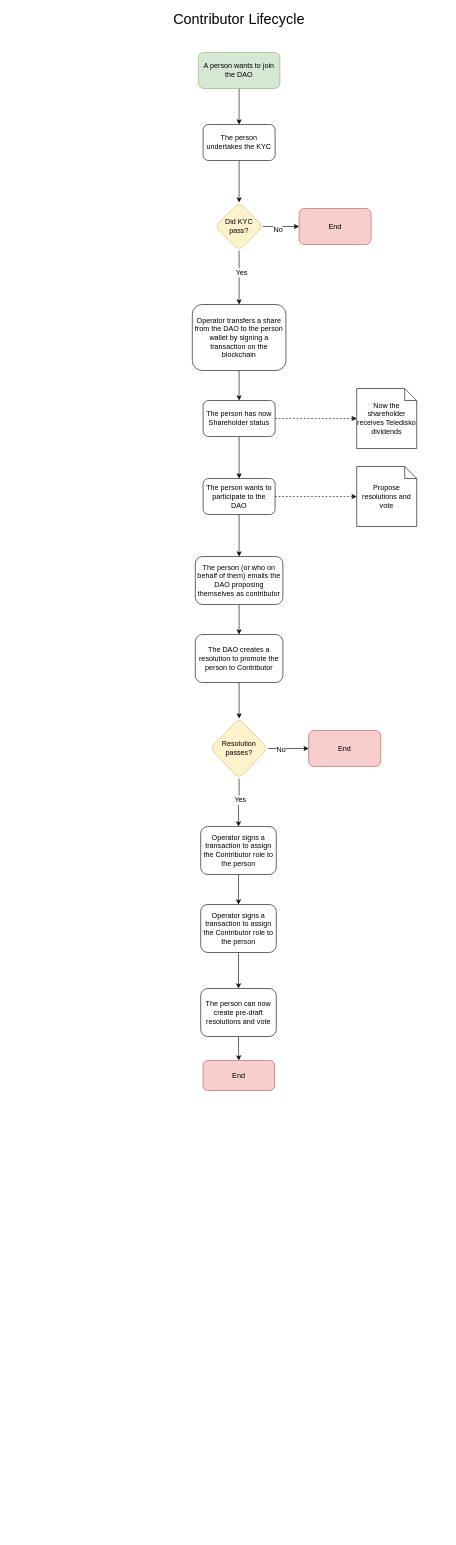
The draw.io diagram lifecycle.drawio in TelediskoDAO/docs, before the edit. Source tidied: cells renumbered, new cells numbered last; positions are measured from the earlier drawing's top-left corner, leaving out a move shared by most shapes. Both pictures are drawn from the tidied source at 60%, with x=0, y=0 at pixel (164, 10).
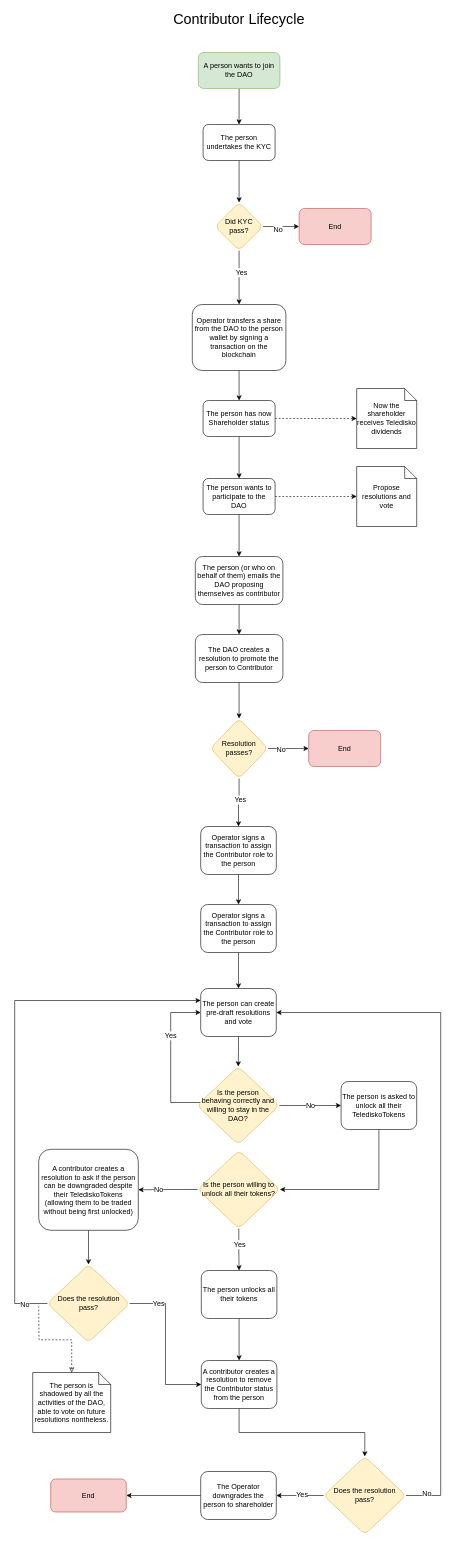
After the change.

Change to the diagram source:
```diff
@@
-    <mxCell id="37" style="edgeStyle=orthogonalEdgeStyle;rounded=0;jettySize=auto;html=1;fontSize=12;" parent="1" edge="1" source="38" target="39">
-      <mxGeometry relative="1" as="geometry" />
-    </mxCell>
+    <mxCell id="40" style="edgeStyle=orthogonalEdgeStyle;rounded=0;jettySize=auto;html=1;fontSize=12;" parent="1" edge="1" source="38" target="44">
+      <mxGeometry relative="1" as="geometry" />
+    </mxCell>
-    <mxCell id="38" value="The person can now create pre-draft resolutions and vote" style="whiteSpace=wrap;html=1;rounded=1;glass=0;strokeWidth=1;shadow=0;" parent="1" vertex="1">
+    <mxCell id="38" value="The person can create pre-draft resolutions and vote" style="whiteSpace=wrap;html=1;rounded=1;glass=0;strokeWidth=1;shadow=0;" parent="1" vertex="1">
       <mxGeometry x="61" y="1630" width="126" height="80" as="geometry" />
     </mxCell>
+    <mxCell id="41" value="No" style="edgeStyle=orthogonalEdgeStyle;rounded=0;jettySize=auto;html=1;fontSize=12;entryX=0;entryY=0.5;entryDx=0;entryDy=0;" parent="1" edge="1" source="44" target="55">
+      <mxGeometry relative="1" as="geometry" />
+    </mxCell>
+    <mxCell id="42" style="edgeStyle=orthogonalEdgeStyle;rounded=0;jettySize=auto;html=1;entryX=0;entryY=0.5;entryDx=0;entryDy=0;fontSize=12;" parent="1" edge="1" source="44" target="38">
+      <mxGeometry relative="1" as="geometry">
+        <Array as="points">
+          <mxPoint x="11" y="1820" />
+          <mxPoint x="11" y="1670" />
+        </Array>
+      </mxGeometry>
+    </mxCell>
+    <mxCell id="43" value="Yes" style="edgeLabel;html=1;align=center;verticalAlign=middle;fontSize=12;" parent="42" vertex="1">
+      <mxGeometry x="0.29" y="1" relative="1" as="geometry" />
+    </mxCell>
+    <mxCell id="44" value="Is the person &lt;br&gt;behaving correctly and willing to stay in the DAO?" style="rhombus;whiteSpace=wrap;html=1;rounded=1;glass=0;strokeWidth=1;shadow=0;fillColor=#fff2cc;strokeColor=#d6b656;" parent="1" vertex="1">
+      <mxGeometry x="55" y="1760" width="137" height="130" as="geometry" />
+    </mxCell>
+    <mxCell id="45" style="edgeStyle=orthogonalEdgeStyle;rounded=0;jettySize=auto;html=1;entryX=0.5;entryY=0;entryDx=0;entryDy=0;fontSize=12;exitX=0.5;exitY=1;exitDx=0;exitDy=0;" parent="1" edge="1" source="46" target="51">
+      <mxGeometry relative="1" as="geometry" />
+    </mxCell>
+    <mxCell id="46" value="A contributor creates a resolution to remove the Contributor status from the person" style="whiteSpace=wrap;html=1;rounded=1;glass=0;strokeWidth=1;shadow=0;" parent="1" vertex="1">
+      <mxGeometry x="62" y="2250" width="126" height="80" as="geometry" />
+    </mxCell>
+    <mxCell id="47" style="edgeStyle=orthogonalEdgeStyle;rounded=0;jettySize=auto;html=1;fontSize=12;entryX=1;entryY=0.5;entryDx=0;entryDy=0;" parent="1" edge="1" source="51" target="53">
+      <mxGeometry relative="1" as="geometry" />
+    </mxCell>
+    <mxCell id="48" value="Yes" style="edgeLabel;html=1;align=center;verticalAlign=middle;fontSize=12;" parent="47" vertex="1">
+      <mxGeometry x="-0.07" y="-2" relative="1" as="geometry" />
+    </mxCell>
+    <mxCell id="49" style="edgeStyle=orthogonalEdgeStyle;rounded=0;jettySize=auto;html=1;entryX=1;entryY=0.5;entryDx=0;entryDy=0;fontSize=12;" parent="1" edge="1" source="51" target="38">
+      <mxGeometry relative="1" as="geometry">
+        <Array as="points">
+          <mxPoint x="461" y="2475" />
+          <mxPoint x="461" y="1670" />
+        </Array>
+      </mxGeometry>
+    </mxCell>
+    <mxCell id="50" value="No" style="edgeLabel;html=1;align=center;verticalAlign=middle;fontSize=12;" parent="49" vertex="1">
+      <mxGeometry x="-0.94" y="5" relative="1" as="geometry">
+        <mxPoint y="1" as="offset" />
+      </mxGeometry>
+    </mxCell>
+    <mxCell id="51" value="Does the resolution pass?" style="rhombus;whiteSpace=wrap;html=1;rounded=1;glass=0;strokeWidth=1;shadow=0;fillColor=#fff2cc;strokeColor=#d6b656;" parent="1" vertex="1">
+      <mxGeometry x="266" y="2410" width="137" height="130" as="geometry" />
+    </mxCell>
+    <mxCell id="52" style="edgeStyle=orthogonalEdgeStyle;rounded=0;jettySize=auto;html=1;fontSize=12;entryX=1;entryY=0.5;entryDx=0;entryDy=0;" parent="1" edge="1" source="53" target="39">
+      <mxGeometry relative="1" as="geometry" />
+    </mxCell>
+    <mxCell id="53" value="The Operator downgrades the person to shareholder" style="whiteSpace=wrap;html=1;rounded=1;glass=0;strokeWidth=1;shadow=0;" parent="1" vertex="1">
+      <mxGeometry x="61" y="2435" width="126" height="80" as="geometry" />
+    </mxCell>
+    <mxCell id="54" style="edgeStyle=orthogonalEdgeStyle;rounded=0;jettySize=auto;html=1;entryX=1;entryY=0.5;entryDx=0;entryDy=0;fontSize=12;exitX=0.5;exitY=1;exitDx=0;exitDy=0;" parent="1" edge="1" source="55" target="60">
+      <mxGeometry relative="1" as="geometry" />
+    </mxCell>
+    <mxCell id="55" value="The person is asked to unlock all their TelediskoTokens" style="whiteSpace=wrap;html=1;rounded=1;glass=0;strokeWidth=1;shadow=0;" parent="1" vertex="1">
+      <mxGeometry x="295" y="1785" width="126" height="80" as="geometry" />
+    </mxCell>
     <mxCell id="39" value="End" style="whiteSpace=wrap;html=1;rounded=1;glass=0;strokeWidth=1;shadow=0;fillColor=#f8cecc;strokeColor=#b85450;" parent="1" vertex="1">
-      <mxGeometry x="65" y="1750" width="119" height="50" as="geometry" />
+      <mxGeometry x="-189" y="2447.5" width="126" height="55" as="geometry" />
     </mxCell>
+    <mxCell id="56" style="edgeStyle=orthogonalEdgeStyle;rounded=0;jettySize=auto;html=1;fontSize=12;entryX=0.5;entryY=0;entryDx=0;entryDy=0;" parent="1" edge="1" source="60" target="62">
+      <mxGeometry relative="1" as="geometry" />
+    </mxCell>
+    <mxCell id="57" value="Yes" style="edgeLabel;html=1;align=center;verticalAlign=middle;fontSize=12;" parent="56" vertex="1">
+      <mxGeometry x="-0.3" y="1" relative="1" as="geometry">
+        <mxPoint y="1" as="offset" />
+      </mxGeometry>
+    </mxCell>
+    <mxCell id="58" style="edgeStyle=orthogonalEdgeStyle;rounded=0;jettySize=auto;html=1;entryX=1;entryY=0.5;entryDx=0;entryDy=0;fontSize=12;" parent="1" edge="1" source="60" target="64">
+      <mxGeometry relative="1" as="geometry" />
+    </mxCell>
+    <mxCell id="59" value="No" style="edgeLabel;html=1;align=center;verticalAlign=middle;fontSize=12;" parent="58" vertex="1">
+      <mxGeometry x="0.33" relative="1" as="geometry" />
+    </mxCell>
+    <mxCell id="60" value="Is the person willing to unlock all their tokens?" style="rhombus;whiteSpace=wrap;html=1;rounded=1;glass=0;strokeWidth=1;shadow=0;fillColor=#fff2cc;strokeColor=#d6b656;" parent="1" vertex="1">
+      <mxGeometry x="56" y="1900" width="137" height="130" as="geometry" />
+    </mxCell>
+    <mxCell id="61" style="edgeStyle=orthogonalEdgeStyle;rounded=0;jettySize=auto;html=1;entryX=0.5;entryY=0;entryDx=0;entryDy=0;fontSize=12;" parent="1" edge="1" source="62" target="46">
+      <mxGeometry relative="1" as="geometry" />
+    </mxCell>
+    <mxCell id="62" value="The person unlocks all their tokens" style="whiteSpace=wrap;html=1;rounded=1;glass=0;strokeWidth=1;shadow=0;" parent="1" vertex="1">
+      <mxGeometry x="62" y="2100" width="126" height="80" as="geometry" />
+    </mxCell>
+    <mxCell id="63" style="edgeStyle=orthogonalEdgeStyle;rounded=0;jettySize=auto;html=1;entryX=0.5;entryY=0;entryDx=0;entryDy=0;fontSize=12;" parent="1" edge="1" source="64" target="69">
+      <mxGeometry relative="1" as="geometry" />
+    </mxCell>
+    <mxCell id="64" value="A contributor creates a resolution to ask if the person can be downgraded despite their TelediskoTokens (allowing them to be traded without being first unlocked)" style="whiteSpace=wrap;html=1;rounded=1;glass=0;strokeWidth=1;shadow=0;" parent="1" vertex="1">
+      <mxGeometry x="-209" y="1898" width="166" height="135" as="geometry" />
+    </mxCell>
+    <mxCell id="65" style="edgeStyle=orthogonalEdgeStyle;rounded=0;jettySize=auto;html=1;entryX=0;entryY=0.5;entryDx=0;entryDy=0;fontSize=12;" parent="1" edge="1" source="69" target="46">
+      <mxGeometry relative="1" as="geometry" />
+    </mxCell>
+    <mxCell id="66" value="Yes" style="edgeLabel;html=1;align=center;verticalAlign=middle;fontSize=12;" parent="65" vertex="1">
+      <mxGeometry x="-0.63" y="1" relative="1" as="geometry">
+        <mxPoint x="1" y="1" as="offset" />
+      </mxGeometry>
+    </mxCell>
+    <mxCell id="67" style="edgeStyle=orthogonalEdgeStyle;rounded=0;jettySize=auto;html=1;entryX=0;entryY=0.25;entryDx=0;entryDy=0;fontSize=12;" parent="1" edge="1" source="69" target="38">
+      <mxGeometry relative="1" as="geometry">
+        <Array as="points">
+          <mxPoint x="-249" y="2155" />
+          <mxPoint x="-249" y="1650" />
+        </Array>
+      </mxGeometry>
+    </mxCell>
+    <mxCell id="68" value="No" style="edgeLabel;html=1;align=center;verticalAlign=middle;fontSize=12;" parent="67" vertex="1">
+      <mxGeometry x="-0.91" y="1" relative="1" as="geometry">
+        <mxPoint x="1" as="offset" />
+      </mxGeometry>
+    </mxCell>
+    <mxCell id="69" value="Does the resolution pass?" style="rhombus;whiteSpace=wrap;html=1;rounded=1;glass=0;strokeWidth=1;shadow=0;fillColor=#fff2cc;strokeColor=#d6b656;" parent="1" vertex="1">
+      <mxGeometry x="-194.5" y="2090" width="137" height="130" as="geometry" />
+    </mxCell>
+    <mxCell id="70" style="edgeStyle=orthogonalEdgeStyle;rounded=0;jettySize=auto;html=1;fontSize=12;dashed=1;startArrow=classic;startFill=0;endArrow=none;endFill=0;" parent="1" edge="1" source="71">
+      <mxGeometry relative="1" as="geometry">
+        <mxPoint x="-209" y="2160" as="targetPoint" />
+      </mxGeometry>
+    </mxCell>
+    <mxCell id="71" value="The person is shadowed by all the activities of the DAO, able to vote on future resolutions nontheless." style="shape=note;size=20;whiteSpace=wrap;html=1;fontSize=12;" parent="1" vertex="1">
+      <mxGeometry x="-219" y="2270" width="130" height="100" as="geometry" />
+    </mxCell>
```
